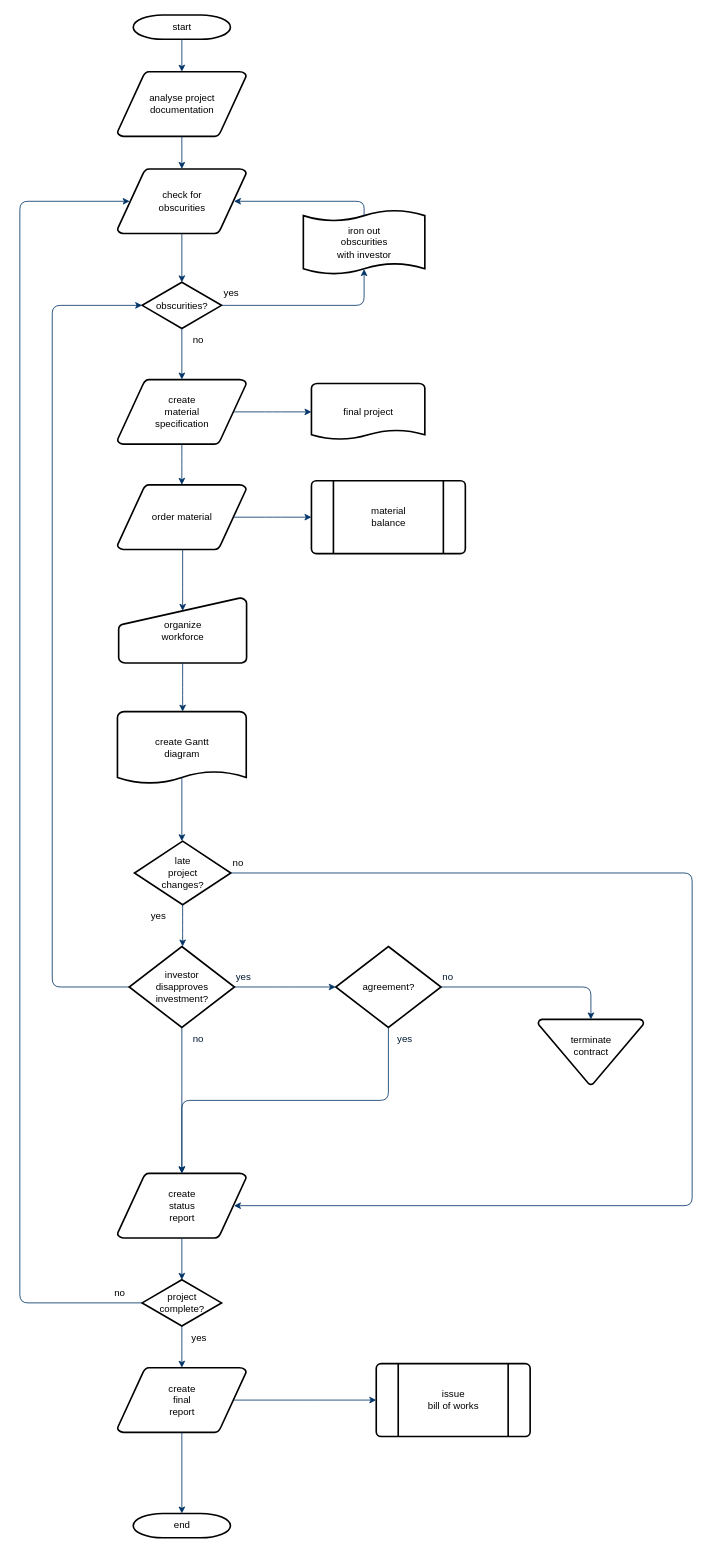
Above: 未命名绘图.drawio in 1658502576/flow (draw.io), before the change. Source tidied: cells renumbered, new cells numbered last; positions are measured from the earlier drawing's top-left corner, leaving out a move shared by most shapes. Both pictures are drawn from the tidied source at 81%, with x=0, y=0 at pixel (19, 15).
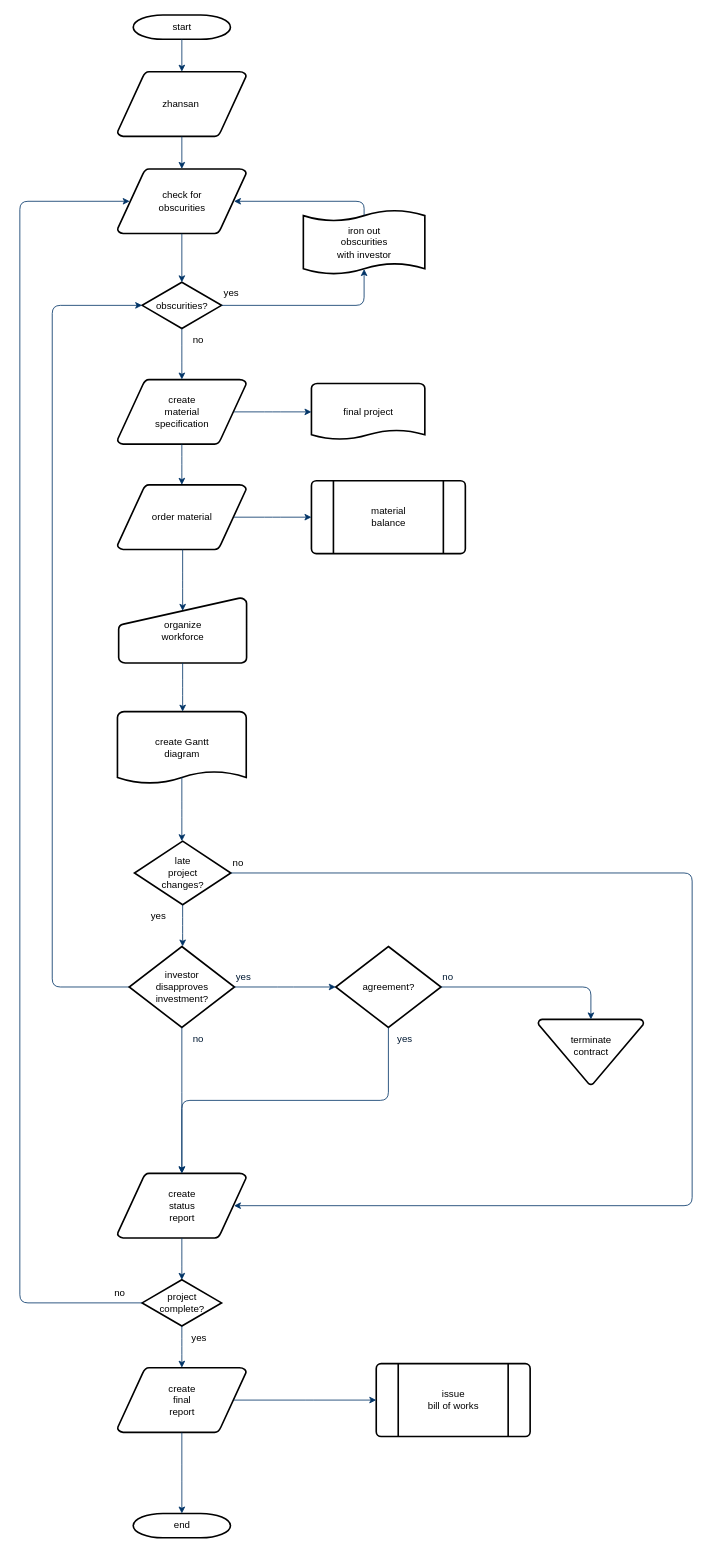
The same diagram, later.

What changed in the source:
```diff
@@
-    <mxCell id="3" value="analyse project&#10; documentation" style="shape=mxgraph.flowchart.data;strokeWidth=2;gradientColor=none;gradientDirection=north;fontStyle=0;html=1;" parent="1" vertex="1">
+    <mxCell id="3" value="zhansan&amp;nbsp;" style="shape=mxgraph.flowchart.data;strokeWidth=2;gradientColor=none;gradientDirection=north;fontStyle=0;html=1;" parent="1" vertex="1">
       <mxGeometry x="120.5" y="70" width="159" height="80" as="geometry" />
     </mxCell>
```
